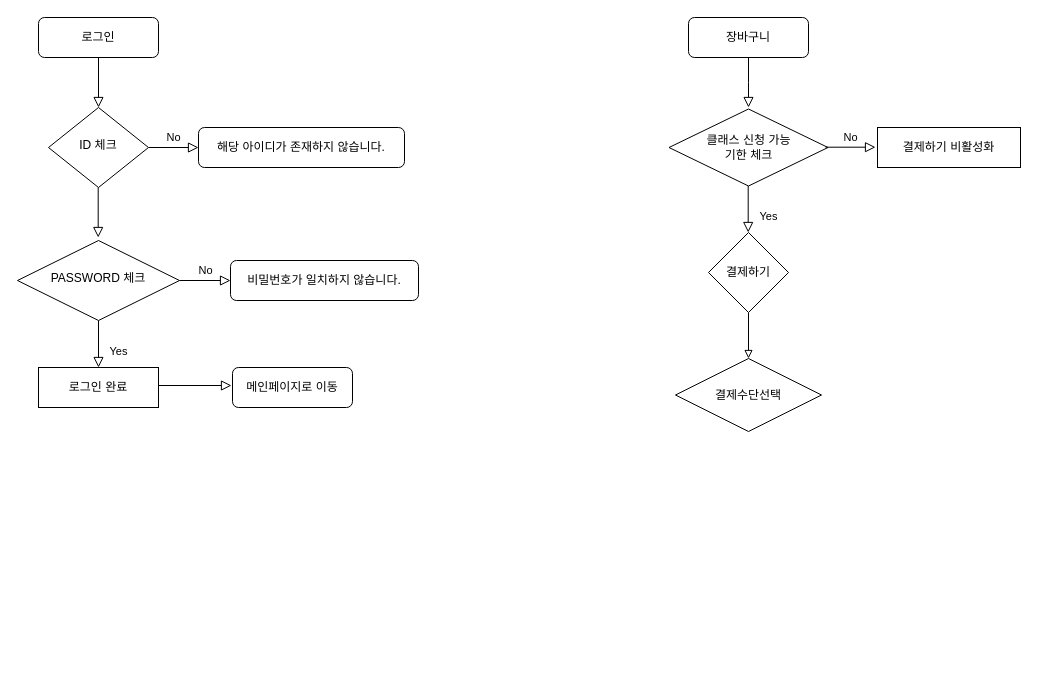
Earlier version of the draw.io diagram Diagram_minju.drawio (eunjun9/semiproject). Source tidied: cells renumbered, new cells numbered last; positions are measured from the earlier drawing's top-left corner, leaving out a move shared by most shapes. Both pictures are drawn from the tidied source at 100%, with x=0, y=0 at pixel (17, 17).
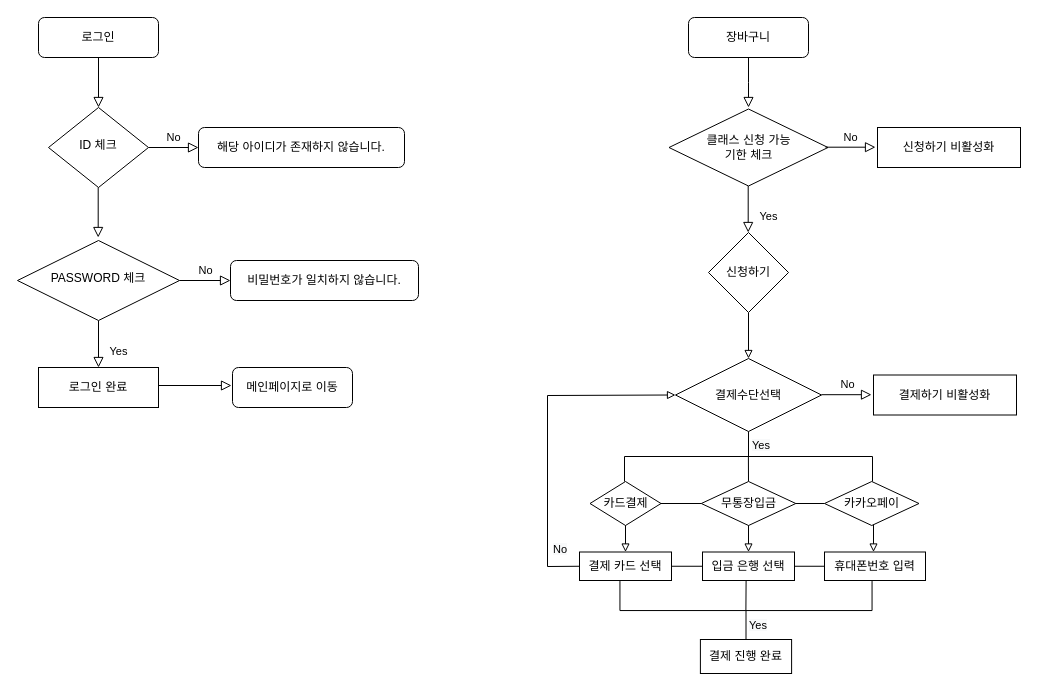
The same diagram, later.

The change refers to these unchanged cells:
```xml
<mxCell id="23" value="결제수단선택" style="rhombus;whiteSpace=wrap;html=1;rounded=0;" parent="1" vertex="1">
  <mxGeometry x="658" y="341" width="146" height="73" as="geometry" />
</mxCell>
```

What changed in the source:
```diff
@@
-    <mxCell id="19" value="결제하기" style="rhombus;whiteSpace=wrap;html=1;rounded=0;" parent="1" vertex="1">
+    <mxCell id="19" value="신청하기" style="rhombus;whiteSpace=wrap;html=1;rounded=0;" parent="1" vertex="1">
       <mxGeometry x="691" y="215" width="80" height="80" as="geometry" />
     </mxCell>
-    <mxCell id="20" value="결제하기 비활성화" style="rounded=0;whiteSpace=wrap;html=1;fontSize=12;glass=0;strokeWidth=1;shadow=0;" parent="1" vertex="1">
+    <mxCell id="20" value="신청하기 비활성화" style="rounded=0;whiteSpace=wrap;html=1;fontSize=12;glass=0;strokeWidth=1;shadow=0;" parent="1" vertex="1">
       <mxGeometry x="860" y="110" width="143" height="40" as="geometry" />
     </mxCell>
@@
+    <mxCell id="24" value="결제하기 비활성화" style="rounded=0;whiteSpace=wrap;html=1;fontSize=12;glass=0;strokeWidth=1;shadow=0;" parent="1" vertex="1">
+      <mxGeometry x="856" y="357.5" width="143" height="40" as="geometry" />
+    </mxCell>
+    <mxCell id="25" value="No" style="edgeStyle=orthogonalEdgeStyle;rounded=0;html=1;jettySize=auto;orthogonalLoop=1;fontSize=11;endArrow=block;endFill=0;endSize=8;strokeWidth=1;shadow=0;labelBackgroundColor=none;" parent="1" edge="1">
+      <mxGeometry x="0.04" y="10" relative="1" as="geometry">
+        <mxPoint x="804" y="377.2" as="sourcePoint" />
+        <mxPoint x="854" y="377.2" as="targetPoint" />
+      </mxGeometry>
+    </mxCell>
+    <mxCell id="26" style="edgeStyle=none;rounded=0;jettySize=auto;html=1;endArrow=block;endFill=0;startSize=6;strokeColor=default;" parent="1" edge="1" target="32">
+      <mxGeometry relative="1" as="geometry">
+        <mxPoint x="608" y="502" as="sourcePoint" />
+      </mxGeometry>
+    </mxCell>
+    <mxCell id="27" style="edgeStyle=none;rounded=0;jettySize=auto;html=1;exitX=0;exitY=0.5;exitDx=0;exitDy=0;endArrow=block;endFill=0;startSize=6;strokeColor=default;entryX=0;entryY=0.5;entryDx=0;entryDy=0;" parent="1" edge="1" source="32" target="23">
+      <mxGeometry relative="1" as="geometry">
+        <Array as="points">
+          <mxPoint x="530" y="549" />
+          <mxPoint x="530" y="378" />
+        </Array>
+      </mxGeometry>
+    </mxCell>
+    <mxCell id="28" style="strokeWidth=1;html=1;shape=mxgraph.flowchart.annotation_2;align=left;labelPosition=right;rounded=0;rotation=90;" parent="1" vertex="1">
+      <mxGeometry x="706" y="315" width="50" height="248" as="geometry" />
+    </mxCell>
+    <mxCell id="29" style="edgeStyle=orthogonalEdgeStyle;rounded=0;orthogonalLoop=1;jettySize=auto;html=1;endArrow=none;endFill=0;startSize=6;" parent="1" edge="1">
+      <mxGeometry relative="1" as="geometry">
+        <mxPoint x="730.9" y="439" as="sourcePoint" />
+        <mxPoint x="731" y="464" as="targetPoint" />
+      </mxGeometry>
+    </mxCell>
+    <mxCell id="30" value="&lt;span style=&quot;color: rgb(0, 0, 0); font-family: helvetica; font-size: 11px; font-style: normal; font-weight: 400; letter-spacing: normal; text-align: center; text-indent: 0px; text-transform: none; word-spacing: 0px; background-color: rgb(248, 249, 250); display: inline; float: none;&quot;&gt;Yes&lt;/span&gt;" style="text;whiteSpace=wrap;html=1;" parent="1" vertex="1">
+      <mxGeometry x="733" y="414" width="38" height="28" as="geometry" />
+    </mxCell>
+    <mxCell id="31" style="edgeStyle=none;rounded=0;jettySize=auto;html=1;exitX=1;exitY=0.5;exitDx=0;exitDy=0;entryX=0;entryY=0.5;entryDx=0;entryDy=0;endArrow=none;endFill=0;startSize=6;strokeColor=default;" parent="1" edge="1" source="32" target="35">
+      <mxGeometry relative="1" as="geometry" />
+    </mxCell>
+    <mxCell id="32" value="결제 카드 선택" style="whiteSpace=wrap;html=1;rounded=0;" parent="1" vertex="1">
+      <mxGeometry x="562" y="534.5" width="92" height="28.5" as="geometry" />
+    </mxCell>
+    <mxCell id="33" style="edgeStyle=none;rounded=0;jettySize=auto;html=1;endArrow=block;endFill=0;startSize=6;strokeColor=default;" parent="1" edge="1" target="35">
+      <mxGeometry relative="1" as="geometry">
+        <mxPoint x="731" y="502" as="sourcePoint" />
+      </mxGeometry>
+    </mxCell>
+    <mxCell id="34" style="edgeStyle=none;rounded=0;jettySize=auto;html=1;exitX=1;exitY=0.5;exitDx=0;exitDy=0;entryX=0;entryY=0.5;entryDx=0;entryDy=0;endArrow=none;endFill=0;startSize=6;strokeColor=default;" parent="1" edge="1" source="35" target="36">
+      <mxGeometry relative="1" as="geometry" />
+    </mxCell>
+    <mxCell id="35" value="입금 은행 선택" style="whiteSpace=wrap;html=1;rounded=0;" parent="1" vertex="1">
+      <mxGeometry x="685" y="534.5" width="92" height="28.5" as="geometry" />
+    </mxCell>
+    <mxCell id="36" value="휴대폰번호 입력" style="whiteSpace=wrap;html=1;rounded=0;" parent="1" vertex="1">
+      <mxGeometry x="807" y="534.5" width="101" height="28.5" as="geometry" />
+    </mxCell>
+    <mxCell id="37" style="edgeStyle=none;rounded=0;orthogonalLoop=1;jettySize=auto;html=1;endArrow=block;endFill=0;startSize=6;strokeColor=default;" parent="1" edge="1">
+      <mxGeometry relative="1" as="geometry">
+        <mxPoint x="856" y="502" as="sourcePoint" />
+        <mxPoint x="856" y="534.5" as="targetPoint" />
+      </mxGeometry>
+    </mxCell>
+    <mxCell id="38" value="&lt;span style=&quot;color: rgb(0, 0, 0); font-family: helvetica; font-size: 11px; font-style: normal; font-weight: 400; letter-spacing: normal; text-align: center; text-indent: 0px; text-transform: none; word-spacing: 0px; background-color: rgb(248, 249, 250); display: inline; float: none;&quot;&gt;No&lt;/span&gt;" style="text;whiteSpace=wrap;html=1;" parent="1" vertex="1">
+      <mxGeometry x="534" y="518" width="21" height="28" as="geometry" />
+    </mxCell>
+    <mxCell id="39" value="카드결제" style="rhombus;whiteSpace=wrap;html=1;rounded=0;" parent="1" vertex="1">
+      <mxGeometry x="572.5" y="464" width="71" height="44" as="geometry" />
+    </mxCell>
+    <mxCell id="40" style="edgeStyle=none;rounded=0;jettySize=auto;html=1;endArrow=none;endFill=0;startSize=6;strokeColor=default;" parent="1" edge="1" source="41" target="39">
+      <mxGeometry relative="1" as="geometry" />
+    </mxCell>
+    <mxCell id="41" value="무통장입금" style="rhombus;whiteSpace=wrap;html=1;rounded=0;" parent="1" vertex="1">
+      <mxGeometry x="683.8" y="464" width="94.5" height="44" as="geometry" />
+    </mxCell>
+    <mxCell id="42" style="edgeStyle=none;rounded=0;jettySize=auto;html=1;endArrow=none;endFill=0;startSize=6;strokeColor=default;" parent="1" edge="1" source="43" target="41">
+      <mxGeometry relative="1" as="geometry" />
+    </mxCell>
+    <mxCell id="43" value="카카오페이" style="rhombus;whiteSpace=wrap;html=1;rounded=0;" parent="1" vertex="1">
+      <mxGeometry x="807" y="464" width="94.5" height="44" as="geometry" />
+    </mxCell>
+    <mxCell id="44" style="strokeWidth=1;html=1;shape=mxgraph.flowchart.annotation_2;align=left;labelPosition=right;rounded=0;rotation=90;direction=west;" parent="1" vertex="1">
+      <mxGeometry x="699" y="467" width="59" height="252.1" as="geometry" />
+    </mxCell>
+    <mxCell id="45" style="edgeStyle=orthogonalEdgeStyle;rounded=0;orthogonalLoop=1;jettySize=auto;html=1;endArrow=none;endFill=0;startSize=6;entryX=0.501;entryY=0.498;entryDx=0;entryDy=0;entryPerimeter=0;" parent="1" edge="1">
+      <mxGeometry relative="1" as="geometry">
+        <mxPoint x="728.6" y="563" as="sourcePoint" />
+        <mxPoint x="728.4" y="593" as="targetPoint" />
+      </mxGeometry>
+    </mxCell>
+    <mxCell id="46" value="&lt;span style=&quot;color: rgb(0, 0, 0); font-family: helvetica; font-size: 11px; font-style: normal; font-weight: 400; letter-spacing: normal; text-align: center; text-indent: 0px; text-transform: none; word-spacing: 0px; background-color: rgb(248, 249, 250); display: inline; float: none;&quot;&gt;Yes&lt;/span&gt;" style="text;whiteSpace=wrap;html=1;" parent="1" vertex="1">
+      <mxGeometry x="730" y="594" width="38" height="28" as="geometry" />
+    </mxCell>
+    <mxCell id="47" value="결제 진행 완료" style="rounded=0;whiteSpace=wrap;html=1;strokeWidth=1;" parent="1" vertex="1">
+      <mxGeometry x="682.9" y="622" width="91.2" height="34" as="geometry" />
+    </mxCell>
```
